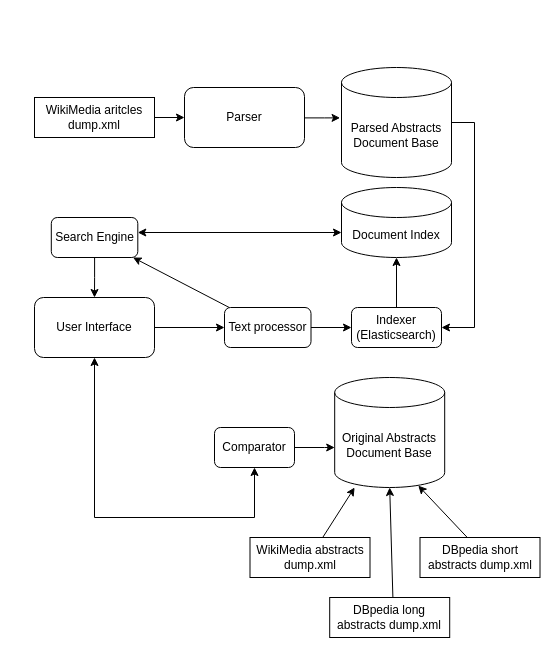
Earlier version of the draw.io diagram architecture/wap_architecture.drawio (letv3/WikiAbstractParser). Source tidied: cells renumbered, new cells numbered last; positions are measured from the earlier drawing's top-left corner, leaving out a move shared by most shapes. Both pictures are drawn from the tidied source at 100%, with x=0, y=0 at pixel (34, 67).
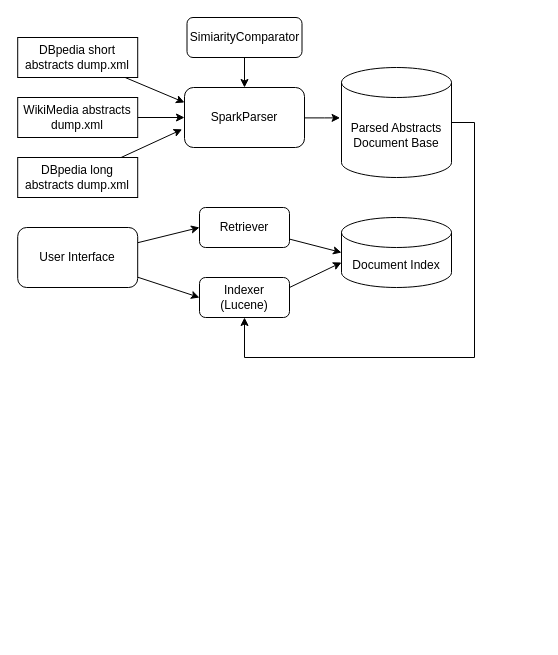
Above is the later version.

Change to the diagram source:
```diff
@@
-    <mxCell id="3" value="Parser" style="rounded=1;whiteSpace=wrap;html=1;" parent="1" vertex="1">
+    <mxCell id="3" value="SparkParser" style="rounded=1;whiteSpace=wrap;html=1;" parent="1" vertex="1">
       <mxGeometry x="150" y="20" width="120" height="60" as="geometry" />
     </mxCell>
-    <mxCell id="4" style="rounded=0;jettySize=auto;html=1;entryX=1;entryY=0.5;entryDx=0;entryDy=0;exitX=1;exitY=0.5;exitDx=0;exitDy=0;exitPerimeter=0;edgeStyle=orthogonalEdgeStyle;" parent="1" edge="1" source="5" target="9">
+    <mxCell id="4" style="rounded=0;jettySize=auto;html=1;entryX=0.5;entryY=1;entryDx=0;entryDy=0;exitX=1;exitY=0.5;exitDx=0;exitDy=0;exitPerimeter=0;edgeStyle=orthogonalEdgeStyle;" parent="1" edge="1" source="5" target="9">
       <mxGeometry relative="1" as="geometry">
         <Array as="points">
           <mxPoint x="440" y="55" />
-          <mxPoint x="440" y="260" />
+          <mxPoint x="440" y="290" />
+          <mxPoint x="210" y="290" />
         </Array>
       </mxGeometry>
     </mxCell>
-    <mxCell id="5" value="Parsed Abstracts&lt;br&gt;Document Base" style="shape=cylinder3;whiteSpace=wrap;html=1;boundedLbl=1;backgroundOutline=1;size=15;" parent="1" vertex="1">
+    <mxCell id="5" value="Parsed Abstracts&lt;br&gt;Document Base&lt;br&gt;" style="shape=cylinder3;whiteSpace=wrap;html=1;boundedLbl=1;backgroundOutline=1;size=15;" parent="1" vertex="1">
       <mxGeometry x="307" width="110" height="110" as="geometry" />
     </mxCell>
     <mxCell id="6" value="Document Index" style="shape=cylinder3;whiteSpace=wrap;html=1;boundedLbl=1;backgroundOutline=1;size=15;" parent="1" vertex="1">
-      <mxGeometry x="307" y="120" width="110" height="70" as="geometry" />
+      <mxGeometry x="307" y="150" width="110" height="70" as="geometry" />
     </mxCell>
-    <mxCell id="7" value="Original Abstracts&lt;br&gt;Document Base" style="shape=cylinder3;whiteSpace=wrap;html=1;boundedLbl=1;backgroundOutline=1;size=15;" parent="1" vertex="1">
-      <mxGeometry x="300.2" y="310" width="110" height="110" as="geometry" />
-    </mxCell>
-    <mxCell id="8" style="edgeStyle=orthogonalEdgeStyle;rounded=0;jettySize=auto;html=1;exitX=0.5;exitY=0;exitDx=0;exitDy=0;" parent="1" edge="1" source="9" target="6">
-      <mxGeometry relative="1" as="geometry">
-        <Array as="points">
-          <mxPoint x="362" y="240" />
-          <mxPoint x="362" y="240" />
-        </Array>
-      </mxGeometry>
+    <mxCell id="8" style="rounded=0;jettySize=auto;html=1;exitX=1;exitY=0.25;exitDx=0;exitDy=0;entryX=0;entryY=0;entryDx=0;entryDy=45;entryPerimeter=0;" parent="1" edge="1" source="9" target="6">
+      <mxGeometry relative="1" as="geometry" />
     </mxCell>
-    <mxCell id="9" value="Indexer&lt;br&gt;(Elasticsearch)" style="rounded=1;whiteSpace=wrap;html=1;" parent="1" vertex="1">
-      <mxGeometry x="317" y="240" width="90" height="40" as="geometry" />
+    <mxCell id="9" value="Indexer&lt;br&gt;(Lucene)" style="rounded=1;whiteSpace=wrap;html=1;" parent="1" vertex="1">
+      <mxGeometry x="165" y="210" width="90" height="40" as="geometry" />
     </mxCell>
-    <mxCell id="10" style="edgeStyle=none;rounded=0;orthogonalLoop=1;jettySize=auto;html=1;startArrow=none;entryX=0.5;entryY=1;entryDx=0;entryDy=0;" parent="1" edge="1" source="26" target="26">
-      <mxGeometry relative="1" as="geometry" />
+    <mxCell id="10" style="edgeStyle=none;rounded=0;orthogonalLoop=1;jettySize=auto;html=1;startArrow=none;entryX=0.5;entryY=1;entryDx=0;entryDy=0;" parent="1" edge="1">
+      <mxGeometry relative="1" as="geometry">
+        <mxPoint x="136.8" y="250" as="sourcePoint" />
+        <mxPoint x="136.8" y="250" as="targetPoint" />
+      </mxGeometry>
     </mxCell>
-    <mxCell id="11" style="edgeStyle=orthogonalEdgeStyle;rounded=0;jettySize=auto;html=1;entryX=0;entryY=0.5;entryDx=0;entryDy=0;startArrow=none;startFill=0;exitX=1;exitY=0.5;exitDx=0;exitDy=0;" parent="1" edge="1" source="12" target="29">
-      <mxGeometry relative="1" as="geometry" />
-    </mxCell>
+    <mxCell id="23" style="edgeStyle=none;rounded=0;jettySize=auto;html=1;entryX=0;entryY=0.5;entryDx=0;entryDy=0;" parent="1" edge="1" source="12" target="16">
+      <mxGeometry relative="1" as="geometry" />
+    </mxCell>
+    <mxCell id="30" style="edgeStyle=none;rounded=0;jettySize=auto;html=1;entryX=0;entryY=0.5;entryDx=0;entryDy=0;" parent="1" edge="1" source="12" target="9">
+      <mxGeometry relative="1" as="geometry" />
+    </mxCell>
     <mxCell id="12" value="User Interface" style="rounded=1;whiteSpace=wrap;html=1;" parent="1" vertex="1">
-      <mxGeometry y="230" width="120" height="60" as="geometry" />
+      <mxGeometry x="-16.8" y="160" width="120" height="60" as="geometry" />
     </mxCell>
-    <mxCell id="13" style="edgeStyle=orthogonalEdgeStyle;rounded=0;jettySize=auto;html=1;" parent="1" edge="1" source="14" target="3">
-      <mxGeometry relative="1" as="geometry" />
-    </mxCell>
-    <mxCell id="14" value="WikiMedia aritcles dump.xml" style="rounded=0;whiteSpace=wrap;html=1;" parent="1" vertex="1">
-      <mxGeometry y="30" width="120" height="40" as="geometry" />
-    </mxCell>
-    <mxCell id="15" style="edgeStyle=orthogonalEdgeStyle;rounded=0;jettySize=auto;html=1;" parent="1" edge="1" source="16" target="7">
-      <mxGeometry relative="1" as="geometry">
-        <Array as="points">
-          <mxPoint x="290" y="380" />
-          <mxPoint x="290" y="380" />
-        </Array>
-      </mxGeometry>
+    <mxCell id="15" style="rounded=0;jettySize=auto;html=1;entryX=0;entryY=0.5;entryDx=0;entryDy=0;entryPerimeter=0;" parent="1" edge="1" source="16" target="6">
+      <mxGeometry relative="1" as="geometry" />
     </mxCell>
-    <mxCell id="16" value="Comparator" style="rounded=1;whiteSpace=wrap;html=1;" parent="1" vertex="1">
-      <mxGeometry x="180" y="360" width="80" height="40" as="geometry" />
+    <mxCell id="16" value="Retriever" style="rounded=1;whiteSpace=wrap;html=1;" parent="1" vertex="1">
+      <mxGeometry x="165" y="140" width="90" height="40" as="geometry" />
     </mxCell>
-    <mxCell id="17" style="edgeStyle=none;rounded=0;jettySize=auto;html=1;startArrow=none;startFill=0;" parent="1" edge="1" target="7">
-      <mxGeometry relative="1" as="geometry">
-        <mxPoint x="288.2" y="470" as="sourcePoint" />
-      </mxGeometry>
-    </mxCell>
+    <mxCell id="31" style="edgeStyle=none;rounded=0;jettySize=auto;html=1;entryX=0;entryY=0.5;entryDx=0;entryDy=0;" parent="1" edge="1" source="18" target="3">
+      <mxGeometry relative="1" as="geometry" />
+    </mxCell>
     <mxCell id="18" value="WikiMedia abstracts dump.xml" style="rounded=0;whiteSpace=wrap;html=1;" parent="1" vertex="1">
-      <mxGeometry x="215.5" y="470" width="120" height="40" as="geometry" />
+      <mxGeometry x="-16.8" y="30" width="120" height="40" as="geometry" />
     </mxCell>
-    <mxCell id="19" style="edgeStyle=none;rounded=0;jettySize=auto;html=1;entryX=0.76;entryY=0.983;entryDx=0;entryDy=0;entryPerimeter=0;startArrow=none;startFill=0;" parent="1" edge="1" target="7">
-      <mxGeometry relative="1" as="geometry">
-        <mxPoint x="432.8" y="470" as="sourcePoint" />
-      </mxGeometry>
-    </mxCell>
+    <mxCell id="32" style="edgeStyle=none;rounded=0;jettySize=auto;html=1;entryX=0;entryY=0.25;entryDx=0;entryDy=0;" parent="1" edge="1" source="20" target="3">
+      <mxGeometry relative="1" as="geometry" />
+    </mxCell>
     <mxCell id="20" value="DBpedia short abstracts dump.xml" style="rounded=0;whiteSpace=wrap;html=1;" parent="1" vertex="1">
-      <mxGeometry x="385.5" y="470" width="120" height="40" as="geometry" />
+      <mxGeometry x="-16.8" y="-30" width="120" height="40" as="geometry" />
     </mxCell>
-    <mxCell id="21" style="edgeStyle=none;rounded=0;jettySize=auto;html=1;startArrow=none;startFill=0;entryX=0.5;entryY=1;entryDx=0;entryDy=0;entryPerimeter=0;" parent="1" edge="1" target="7">
-      <mxGeometry relative="1" as="geometry">
-        <mxPoint x="358.4" y="530" as="sourcePoint" />
-      </mxGeometry>
-    </mxCell>
+    <mxCell id="33" style="rounded=0;jettySize=auto;html=1;entryX=-0.02;entryY=0.698;entryDx=0;entryDy=0;entryPerimeter=0;" parent="1" edge="1" source="22" target="3">
+      <mxGeometry relative="1" as="geometry" />
+    </mxCell>
     <mxCell id="22" value="DBpedia long abstracts dump.xml" style="rounded=0;whiteSpace=wrap;html=1;" parent="1" vertex="1">
-      <mxGeometry x="295.2" y="530" width="120" height="40" as="geometry" />
+      <mxGeometry x="-16.8" y="90" width="120" height="40" as="geometry" />
     </mxCell>
-    <mxCell id="23" style="edgeStyle=orthogonalEdgeStyle;rounded=0;jettySize=auto;html=1;startArrow=classic;startFill=1;exitX=0.5;exitY=1;exitDx=0;exitDy=0;" parent="1" edge="1" source="12" target="16">
-      <mxGeometry relative="1" as="geometry">
-        <Array as="points">
-          <mxPoint x="60" y="450" />
-        </Array>
-      </mxGeometry>
-    </mxCell>
-    <mxCell id="24" style="edgeStyle=orthogonalEdgeStyle;rounded=0;jettySize=auto;html=1;entryX=0;entryY=0;entryDx=0;entryDy=45;entryPerimeter=0;startArrow=classic;startFill=1;" parent="1" edge="1" source="26" target="6">
-      <mxGeometry relative="1" as="geometry">
-        <Array as="points">
-          <mxPoint x="60" y="165" />
-        </Array>
-      </mxGeometry>
-    </mxCell>
-    <mxCell id="25" style="edgeStyle=orthogonalEdgeStyle;rounded=0;jettySize=auto;html=1;" parent="1" edge="1" source="26" target="12">
-      <mxGeometry relative="1" as="geometry" />
-    </mxCell>
-    <mxCell id="26" value="Search Engine" style="rounded=1;whiteSpace=wrap;html=1;" parent="1" vertex="1">
-      <mxGeometry x="16.8" y="150" width="86.5" height="40" as="geometry" />
-    </mxCell>
-    <mxCell id="27" style="edgeStyle=none;rounded=0;jettySize=auto;html=1;startArrow=none;startFill=0;" parent="1" edge="1" source="29" target="26">
-      <mxGeometry relative="1" as="geometry" />
-    </mxCell>
-    <mxCell id="28" style="edgeStyle=orthogonalEdgeStyle;rounded=0;jettySize=auto;html=1;entryX=0;entryY=0.5;entryDx=0;entryDy=0;startArrow=none;startFill=0;" parent="1" edge="1" source="29" target="9">
-      <mxGeometry relative="1" as="geometry" />
-    </mxCell>
-    <mxCell id="29" value="Text processor" style="rounded=1;whiteSpace=wrap;html=1;" parent="1" vertex="1">
-      <mxGeometry x="190" y="240" width="86.5" height="40" as="geometry" />
-    </mxCell>
+    <mxCell id="34" style="edgeStyle=none;rounded=0;jettySize=auto;html=1;entryX=0.5;entryY=0;entryDx=0;entryDy=0;" parent="1" edge="1" source="35" target="3">
+      <mxGeometry relative="1" as="geometry" />
+    </mxCell>
+    <mxCell id="35" value="SimiarityComparator" style="rounded=1;whiteSpace=wrap;html=1;" parent="1" vertex="1">
+      <mxGeometry x="152.5" y="-50" width="115" height="40" as="geometry" />
+    </mxCell>
```
